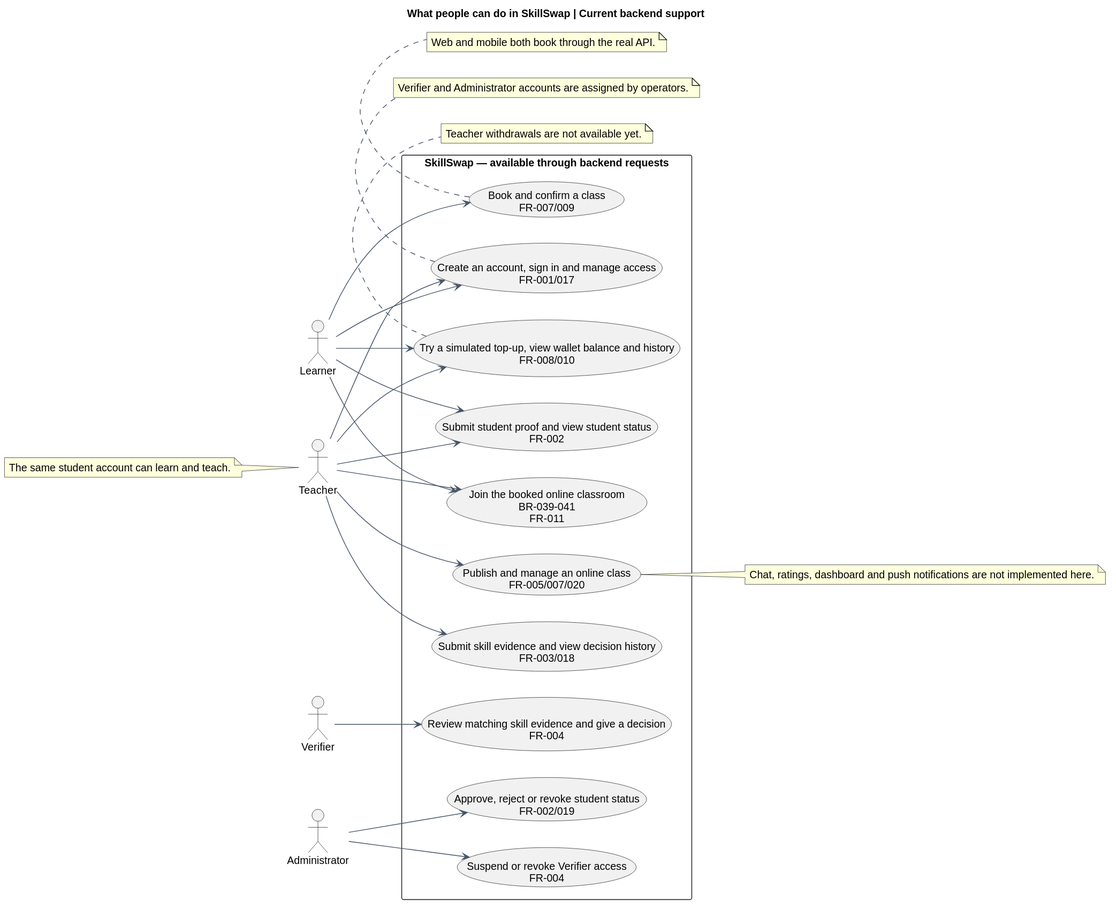
This is docs/diagrams/checkpoint/generated/use-cases.svg from trankien022/SkillSwap, a PlantUML export, as it was before one commit.
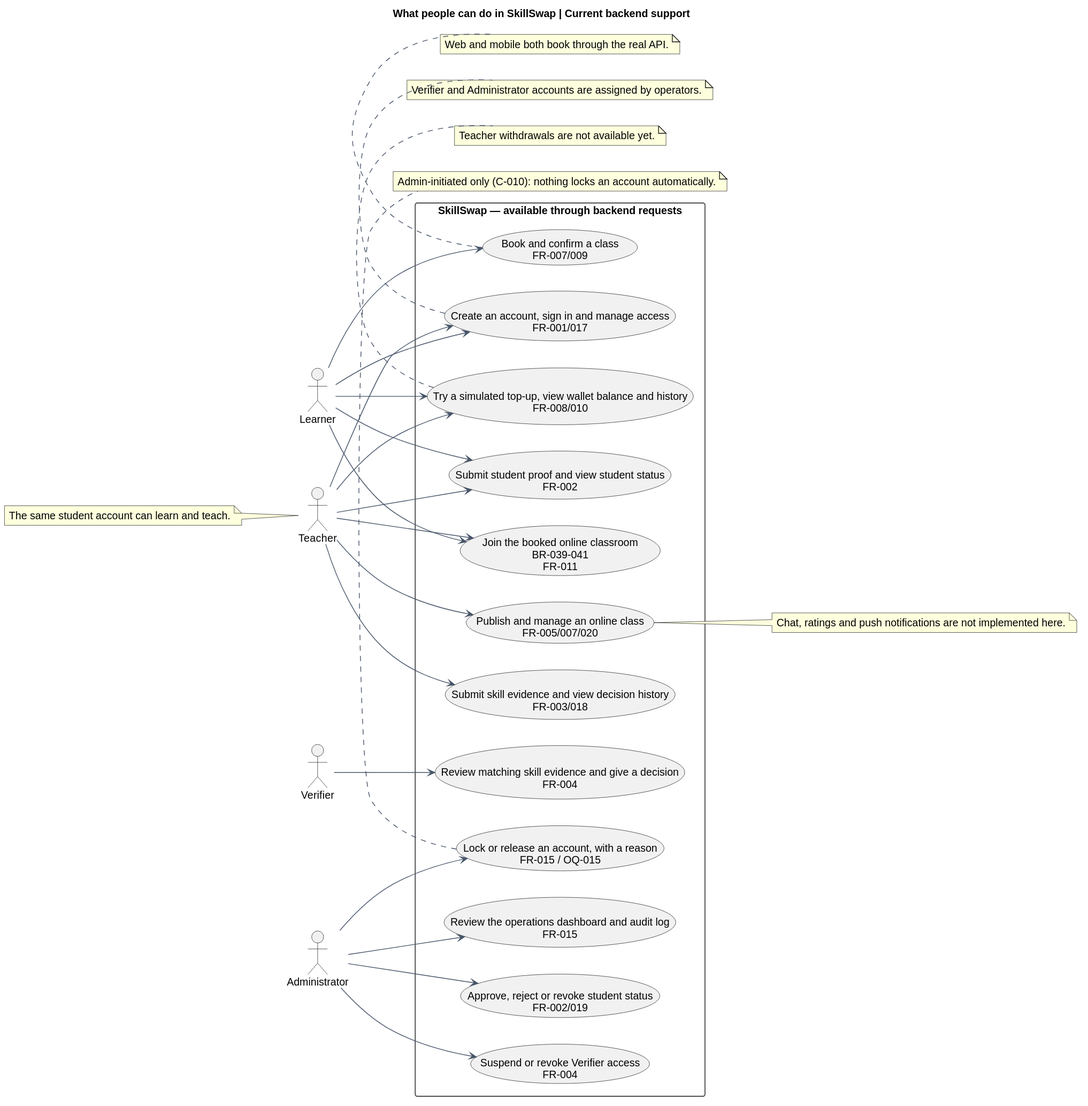
After the commit.

What changed in the source:
```diff
@@ -27,6 +27,8 @@
  usecase "Try a simulated top-up, view wallet balance and history\nFR-008/010" as WALLET
  usecase "Join the booked online classroom\nBR-039-041\nFR-011" as ROOM
  usecase "Suspend or revoke Verifier access\nFR-004" as VERIFIER
+ usecase "Review the operations dashboard and audit log\nFR-015" as DASH
+ usecase "Lock or release an account, with a reason\nFR-015 / OQ-015" as LOCK
 }
 L --> AUTH
 T --> AUTH
@@ -42,9 +44,12 @@
 L --> ROOM
 T --> ROOM
 A --> VERIFIER
+A --> DASH
+A --> LOCK
+note bottom of LOCK: Admin-initiated only (C-010): nothing locks an account automatically.
 note bottom of BOOK: Web and mobile both book through the real API.
 note bottom of AUTH: Verifier and Administrator accounts are assigned by operators.
 note bottom of WALLET: Teacher withdrawals are not available yet.
 note left of T: The same student account can learn and teach.
-note right of CLASS: Chat, ratings, dashboard and push notifications are not implemented here.
+note right of CLASS: Chat, ratings and push notifications are not implemented here.
 @enduml
```
